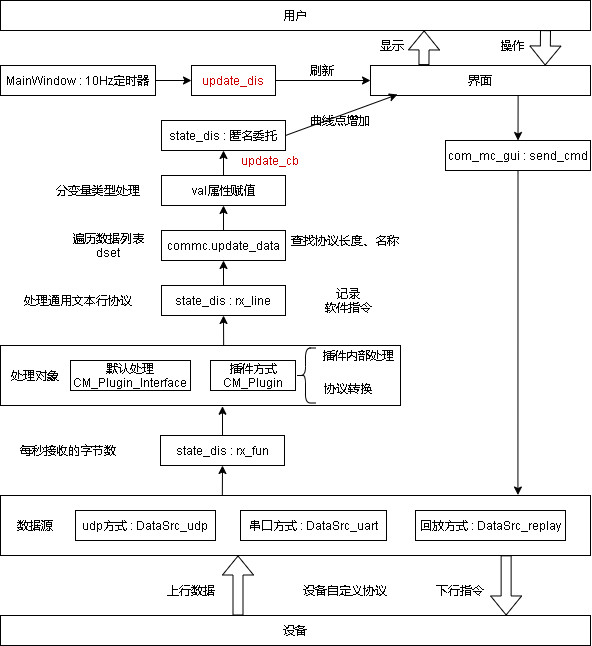
Above: doc/draft/数据流程.png in yangzigy/com_mc (draw.io), before the change. Source tidied: cells renumbered, new cells last; positions are measured from the earlier drawing's top-left corner, leaving out a move shared by most shapes. The source it was exported from:
```xml
<mxGraphModel>
  <root>
    <mxCell id="0" />
    <mxCell id="1" parent="0" />
    <mxCell id="2" style="rounded=0;whiteSpace=wrap;html=1;fillColor=none;" parent="1" vertex="1">
      <mxGeometry y="495" width="590" height="60" as="geometry" />
    </mxCell>
    <mxCell id="3" value="udp方式 : DataSrc_udp" style="rounded=0;whiteSpace=wrap;html=1;" parent="1" vertex="1">
      <mxGeometry x="75" y="510" width="140" height="30" as="geometry" />
    </mxCell>
    <mxCell id="4" value="数据源" style="text;html=1;strokeColor=none;fillColor=none;align=center;verticalAlign=middle;whiteSpace=wrap;rounded=0;" parent="1" vertex="1">
      <mxGeometry x="5" y="510" width="60" height="30" as="geometry" />
    </mxCell>
    <mxCell id="5" value="串口方式 : DataSrc_uart" style="rounded=0;whiteSpace=wrap;html=1;" parent="1" vertex="1">
      <mxGeometry x="240" y="510" width="146" height="30" as="geometry" />
    </mxCell>
    <mxCell id="6" value="回放方式 : DataSrc_replay" style="rounded=0;whiteSpace=wrap;html=1;" parent="1" vertex="1">
      <mxGeometry x="415" y="510" width="150" height="30" as="geometry" />
    </mxCell>
    <mxCell id="7" value="设备" style="rounded=0;whiteSpace=wrap;html=1;" parent="1" vertex="1">
      <mxGeometry y="615" width="590" height="30" as="geometry" />
    </mxCell>
    <mxCell id="8" style="shape=flexArrow;endArrow=classic;html=1;rounded=0;" parent="1" edge="1">
      <mxGeometry relative="1" as="geometry">
        <mxPoint x="237.5" y="615" as="sourcePoint" />
        <mxPoint x="237.5" y="555" as="targetPoint" />
      </mxGeometry>
    </mxCell>
    <mxCell id="9" value="上行数据" style="text;html=1;strokeColor=none;fillColor=none;align=center;verticalAlign=middle;whiteSpace=wrap;rounded=0;" parent="1" vertex="1">
      <mxGeometry x="161" y="575" width="60" height="30" as="geometry" />
    </mxCell>
    <mxCell id="10" value="每秒接收的字节数" style="text;html=1;strokeColor=none;fillColor=none;align=center;verticalAlign=middle;whiteSpace=wrap;rounded=0;" parent="1" vertex="1">
      <mxGeometry x="10" y="435" width="115" height="30" as="geometry" />
    </mxCell>
    <mxCell id="11" value="state_dis :&amp;nbsp;rx_fun" style="rounded=0;whiteSpace=wrap;html=1;" parent="1" vertex="1">
      <mxGeometry x="160" y="435" width="124" height="30" as="geometry" />
    </mxCell>
    <mxCell id="12" style="endArrow=classic;html=1;rounded=0;entryX=0.5;entryY=1;entryDx=0;entryDy=0;exitX=0.376;exitY=0.002;exitDx=0;exitDy=0;exitPerimeter=0;" parent="1" edge="1" source="2" target="11">
      <mxGeometry relative="1" as="geometry" />
    </mxCell>
    <mxCell id="13" style="rounded=0;whiteSpace=wrap;html=1;fillColor=none;" parent="1" vertex="1">
      <mxGeometry y="345" width="400" height="60" as="geometry" />
    </mxCell>
    <mxCell id="14" value="默认处理&lt;br&gt;CM_Plugin_Interface" style="rounded=0;whiteSpace=wrap;html=1;" parent="1" vertex="1">
      <mxGeometry x="70" y="360" width="120" height="30" as="geometry" />
    </mxCell>
    <mxCell id="15" value="处理对象" style="text;html=1;strokeColor=none;fillColor=none;align=center;verticalAlign=middle;whiteSpace=wrap;rounded=0;" parent="1" vertex="1">
      <mxGeometry x="5" y="360" width="60" height="30" as="geometry" />
    </mxCell>
    <mxCell id="16" value="插件方式&lt;br&gt;CM_Plugin" style="rounded=0;whiteSpace=wrap;html=1;" parent="1" vertex="1">
      <mxGeometry x="210" y="360" width="85" height="30" as="geometry" />
    </mxCell>
    <mxCell id="17" style="endArrow=classic;html=1;rounded=0;entryX=0.555;entryY=1.012;entryDx=0;entryDy=0;exitX=0.5;exitY=0;exitDx=0;exitDy=0;entryPerimeter=0;" parent="1" edge="1" source="11" target="13">
      <mxGeometry relative="1" as="geometry" />
    </mxCell>
    <mxCell id="18" style="shape=curlyBracket;whiteSpace=wrap;html=1;rounded=1;fillColor=none;" parent="1" vertex="1">
      <mxGeometry x="295" y="347.5" width="20" height="55" as="geometry" />
    </mxCell>
    <mxCell id="19" value="插件内部处理" style="text;html=1;strokeColor=none;fillColor=none;align=center;verticalAlign=middle;whiteSpace=wrap;rounded=0;" parent="1" vertex="1">
      <mxGeometry x="315" y="340" width="85" height="30" as="geometry" />
    </mxCell>
    <mxCell id="20" value="协议转换" style="text;html=1;strokeColor=none;fillColor=none;align=center;verticalAlign=middle;whiteSpace=wrap;rounded=0;" parent="1" vertex="1">
      <mxGeometry x="320" y="372.5" width="55" height="30" as="geometry" />
    </mxCell>
    <mxCell id="21" value="设备自定义协议" style="text;html=1;strokeColor=none;fillColor=none;align=center;verticalAlign=middle;whiteSpace=wrap;rounded=0;" parent="1" vertex="1">
      <mxGeometry x="300" y="575" width="90" height="30" as="geometry" />
    </mxCell>
    <mxCell id="22" value="处理通用文本行协议" style="text;html=1;strokeColor=none;fillColor=none;align=center;verticalAlign=middle;whiteSpace=wrap;rounded=0;" parent="1" vertex="1">
      <mxGeometry x="20" y="285" width="115" height="30" as="geometry" />
    </mxCell>
    <mxCell id="23" value="state_dis :&amp;nbsp;rx_line" style="rounded=0;whiteSpace=wrap;html=1;" parent="1" vertex="1">
      <mxGeometry x="161" y="285" width="124" height="30" as="geometry" />
    </mxCell>
    <mxCell id="24" style="endArrow=classic;html=1;rounded=0;entryX=0.5;entryY=1;entryDx=0;entryDy=0;exitX=0.577;exitY=-0.001;exitDx=0;exitDy=0;exitPerimeter=0;" parent="1" edge="1" target="23">
      <mxGeometry relative="1" as="geometry">
        <mxPoint x="223.1" y="345" as="sourcePoint" />
      </mxGeometry>
    </mxCell>
    <mxCell id="25" value="记录&lt;br&gt;软件指令" style="text;html=1;strokeColor=none;fillColor=none;align=center;verticalAlign=middle;whiteSpace=wrap;rounded=0;" parent="1" vertex="1">
      <mxGeometry x="300" y="285" width="95" height="30" as="geometry" />
    </mxCell>
    <mxCell id="26" value="commc.update_data" style="rounded=0;whiteSpace=wrap;html=1;" parent="1" vertex="1">
      <mxGeometry x="161" y="230" width="124" height="30" as="geometry" />
    </mxCell>
    <mxCell id="27" style="endArrow=classic;html=1;rounded=0;entryX=0.5;entryY=1;entryDx=0;entryDy=0;exitX=0.5;exitY=0;exitDx=0;exitDy=0;" parent="1" edge="1" source="23" target="26">
      <mxGeometry relative="1" as="geometry" />
    </mxCell>
    <mxCell id="28" value="遍历数据列表dset" style="text;html=1;strokeColor=none;fillColor=none;align=center;verticalAlign=middle;whiteSpace=wrap;rounded=0;" parent="1" vertex="1">
      <mxGeometry x="60" y="230" width="95" height="30" as="geometry" />
    </mxCell>
    <mxCell id="29" value="查找协议长度、名称" style="text;html=1;strokeColor=none;fillColor=none;align=center;verticalAlign=middle;whiteSpace=wrap;rounded=0;" parent="1" vertex="1">
      <mxGeometry x="290" y="225" width="110" height="30" as="geometry" />
    </mxCell>
    <mxCell id="30" value="val属性赋值" style="rounded=0;whiteSpace=wrap;html=1;" parent="1" vertex="1">
      <mxGeometry x="161" y="175" width="124" height="30" as="geometry" />
    </mxCell>
    <mxCell id="31" style="endArrow=classic;html=1;rounded=0;entryX=0.5;entryY=1;entryDx=0;entryDy=0;exitX=0.5;exitY=0;exitDx=0;exitDy=0;" parent="1" edge="1" source="26" target="30">
      <mxGeometry relative="1" as="geometry" />
    </mxCell>
    <mxCell id="32" value="分变量类型处理" style="text;html=1;strokeColor=none;fillColor=none;align=center;verticalAlign=middle;whiteSpace=wrap;rounded=0;" parent="1" vertex="1">
      <mxGeometry x="50" y="175" width="95" height="30" as="geometry" />
    </mxCell>
    <mxCell id="33" value="state_dis : 匿名委托" style="rounded=0;whiteSpace=wrap;html=1;" parent="1" vertex="1">
      <mxGeometry x="161" y="120" width="124" height="30" as="geometry" />
    </mxCell>
    <mxCell id="34" value="update_cb" style="text;html=1;strokeColor=none;fillColor=none;align=center;verticalAlign=middle;whiteSpace=wrap;rounded=0;fontColor=#CC0000;" parent="1" vertex="1">
      <mxGeometry x="237.5" y="145" width="62.5" height="30" as="geometry" />
    </mxCell>
    <mxCell id="35" style="endArrow=classic;html=1;rounded=0;entryX=0.5;entryY=1;entryDx=0;entryDy=0;exitX=0.5;exitY=0;exitDx=0;exitDy=0;" parent="1" edge="1" source="30" target="33">
      <mxGeometry relative="1" as="geometry" />
    </mxCell>
    <mxCell id="36" value="曲线点增加" style="text;html=1;strokeColor=none;fillColor=none;align=center;verticalAlign=middle;whiteSpace=wrap;rounded=0;" parent="1" vertex="1">
      <mxGeometry x="307.5" y="105" width="62.5" height="30" as="geometry" />
    </mxCell>
    <mxCell id="37" value="MainWindow : 10Hz定时器" style="rounded=0;whiteSpace=wrap;html=1;" parent="1" vertex="1">
      <mxGeometry y="65" width="155" height="30" as="geometry" />
    </mxCell>
    <mxCell id="38" value="用户" style="rounded=0;whiteSpace=wrap;html=1;" parent="1" vertex="1">
      <mxGeometry width="590" height="30" as="geometry" />
    </mxCell>
    <mxCell id="39" value="界面" style="rounded=0;whiteSpace=wrap;html=1;" parent="1" vertex="1">
      <mxGeometry x="370" y="65" width="220" height="30" as="geometry" />
    </mxCell>
    <mxCell id="40" style="endArrow=classic;html=1;rounded=0;exitX=1;exitY=0.5;exitDx=0;exitDy=0;entryX=0;entryY=0.5;entryDx=0;entryDy=0;" parent="1" edge="1" source="37" target="41">
      <mxGeometry relative="1" as="geometry" />
    </mxCell>
    <mxCell id="41" value="update_dis" style="rounded=0;whiteSpace=wrap;html=1;fontColor=#CC0000;" parent="1" vertex="1">
      <mxGeometry x="191" y="65" width="84" height="30" as="geometry" />
    </mxCell>
    <mxCell id="42" style="endArrow=classic;html=1;rounded=0;exitX=1;exitY=0.5;exitDx=0;exitDy=0;entryX=0.123;entryY=0.967;entryDx=0;entryDy=0;entryPerimeter=0;" parent="1" edge="1" source="33" target="39">
      <mxGeometry relative="1" as="geometry" />
    </mxCell>
    <mxCell id="43" style="endArrow=classic;html=1;rounded=0;entryX=0;entryY=0.5;entryDx=0;entryDy=0;exitX=1;exitY=0.5;exitDx=0;exitDy=0;" parent="1" edge="1" source="41" target="39">
      <mxGeometry relative="1" as="geometry" />
    </mxCell>
    <mxCell id="44" value="刷新" style="text;html=1;strokeColor=none;fillColor=none;align=center;verticalAlign=middle;whiteSpace=wrap;rounded=0;" parent="1" vertex="1">
      <mxGeometry x="290" y="55" width="62.5" height="30" as="geometry" />
    </mxCell>
    <mxCell id="45" style="shape=flexArrow;endArrow=classic;html=1;rounded=0;entryX=0.718;entryY=0.998;entryDx=0;entryDy=0;entryPerimeter=0;exitX=0.243;exitY=-0.014;exitDx=0;exitDy=0;exitPerimeter=0;" parent="1" edge="1" source="39" target="38">
      <mxGeometry relative="1" as="geometry" />
    </mxCell>
    <mxCell id="46" value="显示" style="text;html=1;strokeColor=none;fillColor=none;align=center;verticalAlign=middle;whiteSpace=wrap;rounded=0;" parent="1" vertex="1">
      <mxGeometry x="360" y="30" width="62.5" height="30" as="geometry" />
    </mxCell>
    <mxCell id="47" style="shape=flexArrow;endArrow=classic;html=1;rounded=0;exitX=0.243;exitY=-0.014;exitDx=0;exitDy=0;exitPerimeter=0;entryX=0.794;entryY=0;entryDx=0;entryDy=0;entryPerimeter=0;" parent="1" edge="1" target="39">
      <mxGeometry relative="1" as="geometry">
        <mxPoint x="545" y="29.6" as="sourcePoint" />
      </mxGeometry>
    </mxCell>
    <mxCell id="48" value="操作" style="text;html=1;strokeColor=none;fillColor=none;align=center;verticalAlign=middle;whiteSpace=wrap;rounded=0;" parent="1" vertex="1">
      <mxGeometry x="480" y="30" width="62.5" height="30" as="geometry" />
    </mxCell>
    <mxCell id="49" value="com_mc_gui :&amp;nbsp;send_cmd" style="rounded=0;whiteSpace=wrap;html=1;" parent="1" vertex="1">
      <mxGeometry x="445" y="140" width="145" height="30" as="geometry" />
    </mxCell>
    <mxCell id="50" style="endArrow=classic;html=1;rounded=0;entryX=0.5;entryY=0;entryDx=0;entryDy=0;exitX=0.671;exitY=1.006;exitDx=0;exitDy=0;exitPerimeter=0;" parent="1" edge="1" source="39" target="49">
      <mxGeometry relative="1" as="geometry" />
    </mxCell>
    <mxCell id="51" style="endArrow=classic;html=1;rounded=0;exitX=0.5;exitY=1;exitDx=0;exitDy=0;entryX=0.877;entryY=-0.008;entryDx=0;entryDy=0;entryPerimeter=0;" parent="1" edge="1" source="49" target="2">
      <mxGeometry relative="1" as="geometry" />
    </mxCell>
    <mxCell id="52" style="shape=flexArrow;endArrow=classic;html=1;rounded=0;entryX=0.857;entryY=-0.001;entryDx=0;entryDy=0;entryPerimeter=0;exitX=0.857;exitY=0.997;exitDx=0;exitDy=0;exitPerimeter=0;" parent="1" edge="1" source="2" target="7">
      <mxGeometry relative="1" as="geometry" />
    </mxCell>
    <mxCell id="53" value="下行指令" style="text;html=1;strokeColor=none;fillColor=none;align=center;verticalAlign=middle;whiteSpace=wrap;rounded=0;" parent="1" vertex="1">
      <mxGeometry x="430" y="575" width="60" height="30" as="geometry" />
    </mxCell>
  </root>
</mxGraphModel>
```
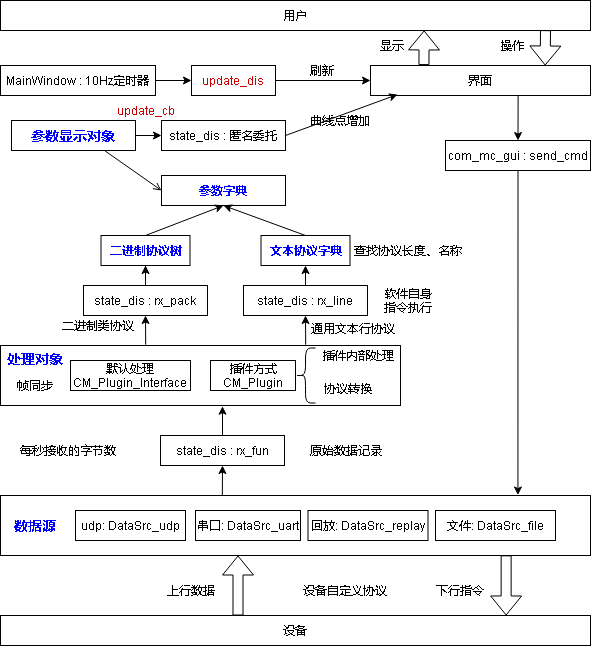
The same diagram one commit later.

What changed in the source:
```diff
@@ -5,17 +5,17 @@
     <mxCell id="2" style="rounded=0;whiteSpace=wrap;html=1;fillColor=none;" parent="1" vertex="1">
       <mxGeometry y="495" width="590" height="60" as="geometry" />
     </mxCell>
-    <mxCell id="3" value="udp方式 : DataSrc_udp" style="rounded=0;whiteSpace=wrap;html=1;" parent="1" vertex="1">
-      <mxGeometry x="75" y="510" width="140" height="30" as="geometry" />
+    <mxCell id="3" value="udp: DataSrc_udp" style="rounded=0;whiteSpace=wrap;html=1;" parent="1" vertex="1">
+      <mxGeometry x="75" y="510" width="110" height="30" as="geometry" />
     </mxCell>
-    <mxCell id="4" value="数据源" style="text;html=1;strokeColor=none;fillColor=none;align=center;verticalAlign=middle;whiteSpace=wrap;rounded=0;" parent="1" vertex="1">
+    <mxCell id="4" value="数据源" style="text;html=1;strokeColor=none;fillColor=none;align=center;verticalAlign=middle;whiteSpace=wrap;rounded=0;fontColor=#0000FF;fontStyle=1;fontSize=14;" parent="1" vertex="1">
       <mxGeometry x="5" y="510" width="60" height="30" as="geometry" />
     </mxCell>
-    <mxCell id="5" value="串口方式 : DataSrc_uart" style="rounded=0;whiteSpace=wrap;html=1;" parent="1" vertex="1">
-      <mxGeometry x="240" y="510" width="146" height="30" as="geometry" />
+    <mxCell id="5" value="串口: DataSrc_uart" style="rounded=0;whiteSpace=wrap;html=1;" parent="1" vertex="1">
+      <mxGeometry x="195" y="510" width="105" height="30" as="geometry" />
     </mxCell>
-    <mxCell id="6" value="回放方式 : DataSrc_replay" style="rounded=0;whiteSpace=wrap;html=1;" parent="1" vertex="1">
-      <mxGeometry x="415" y="510" width="150" height="30" as="geometry" />
+    <mxCell id="6" value="回放: DataSrc_replay" style="rounded=0;whiteSpace=wrap;html=1;" parent="1" vertex="1">
+      <mxGeometry x="307.5" y="510" width="120" height="30" as="geometry" />
     </mxCell>
     <mxCell id="7" value="设备" style="rounded=0;whiteSpace=wrap;html=1;" parent="1" vertex="1">
       <mxGeometry y="615" width="590" height="30" as="geometry" />
@@ -44,8 +44,8 @@
     <mxCell id="14" value="默认处理&lt;br&gt;CM_Plugin_Interface" style="rounded=0;whiteSpace=wrap;html=1;" parent="1" vertex="1">
       <mxGeometry x="70" y="360" width="120" height="30" as="geometry" />
     </mxCell>
-    <mxCell id="15" value="处理对象" style="text;html=1;strokeColor=none;fillColor=none;align=center;verticalAlign=middle;whiteSpace=wrap;rounded=0;" parent="1" vertex="1">
-      <mxGeometry x="5" y="360" width="60" height="30" as="geometry" />
+    <mxCell id="15" value="处理对象" style="text;html=1;strokeColor=none;fillColor=none;align=center;verticalAlign=middle;whiteSpace=wrap;rounded=0;fontColor=#0000FF;fontStyle=1;fontSize=14;" parent="1" vertex="1">
+      <mxGeometry x="5" y="342.5" width="60" height="30" as="geometry" />
     </mxCell>
     <mxCell id="16" value="插件方式&lt;br&gt;CM_Plugin" style="rounded=0;whiteSpace=wrap;html=1;" parent="1" vertex="1">
       <mxGeometry x="210" y="360" width="85" height="30" as="geometry" />
@@ -65,48 +65,40 @@
     <mxCell id="21" value="设备自定义协议" style="text;html=1;strokeColor=none;fillColor=none;align=center;verticalAlign=middle;whiteSpace=wrap;rounded=0;" parent="1" vertex="1">
       <mxGeometry x="300" y="575" width="90" height="30" as="geometry" />
     </mxCell>
-    <mxCell id="22" value="处理通用文本行协议" style="text;html=1;strokeColor=none;fillColor=none;align=center;verticalAlign=middle;whiteSpace=wrap;rounded=0;" parent="1" vertex="1">
-      <mxGeometry x="20" y="285" width="115" height="30" as="geometry" />
+    <mxCell id="22" value="通用文本行协议" style="text;html=1;strokeColor=none;fillColor=none;align=center;verticalAlign=middle;whiteSpace=wrap;rounded=0;" parent="1" vertex="1">
+      <mxGeometry x="305" y="312.5" width="95" height="30" as="geometry" />
     </mxCell>
     <mxCell id="23" value="state_dis :&amp;nbsp;rx_line" style="rounded=0;whiteSpace=wrap;html=1;" parent="1" vertex="1">
-      <mxGeometry x="161" y="285" width="124" height="30" as="geometry" />
+      <mxGeometry x="243" y="285" width="124" height="30" as="geometry" />
     </mxCell>
-    <mxCell id="24" style="endArrow=classic;html=1;rounded=0;entryX=0.5;entryY=1;entryDx=0;entryDy=0;exitX=0.577;exitY=-0.001;exitDx=0;exitDy=0;exitPerimeter=0;" parent="1" edge="1" target="23">
-      <mxGeometry relative="1" as="geometry">
-        <mxPoint x="223.1" y="345" as="sourcePoint" />
-      </mxGeometry>
+    <mxCell id="24" style="endArrow=classic;html=1;rounded=0;entryX=0.5;entryY=1;entryDx=0;entryDy=0;exitX=0.763;exitY=-0.013;exitDx=0;exitDy=0;exitPerimeter=0;" parent="1" edge="1" source="13" target="23">
+      <mxGeometry relative="1" as="geometry" />
     </mxCell>
-    <mxCell id="25" value="记录&lt;br&gt;软件指令" style="text;html=1;strokeColor=none;fillColor=none;align=center;verticalAlign=middle;whiteSpace=wrap;rounded=0;" parent="1" vertex="1">
-      <mxGeometry x="300" y="285" width="95" height="30" as="geometry" />
+    <mxCell id="25" value="软件自身指令执行" style="text;html=1;strokeColor=none;fillColor=none;align=center;verticalAlign=middle;whiteSpace=wrap;rounded=0;" parent="1" vertex="1">
+      <mxGeometry x="380" y="285" width="55" height="30" as="geometry" />
     </mxCell>
-    <mxCell id="26" value="commc.update_data" style="rounded=0;whiteSpace=wrap;html=1;" parent="1" vertex="1">
-      <mxGeometry x="161" y="230" width="124" height="30" as="geometry" />
+    <mxCell id="26" value="文本协议字典" style="rounded=0;whiteSpace=wrap;html=1;fontStyle=1;fontColor=#0000FF;" parent="1" vertex="1">
+      <mxGeometry x="260.5" y="235" width="89" height="30" as="geometry" />
     </mxCell>
     <mxCell id="27" style="endArrow=classic;html=1;rounded=0;entryX=0.5;entryY=1;entryDx=0;entryDy=0;exitX=0.5;exitY=0;exitDx=0;exitDy=0;" parent="1" edge="1" source="23" target="26">
       <mxGeometry relative="1" as="geometry" />
     </mxCell>
-    <mxCell id="28" value="遍历数据列表dset" style="text;html=1;strokeColor=none;fillColor=none;align=center;verticalAlign=middle;whiteSpace=wrap;rounded=0;" parent="1" vertex="1">
-      <mxGeometry x="60" y="230" width="95" height="30" as="geometry" />
-    </mxCell>
     <mxCell id="29" value="查找协议长度、名称" style="text;html=1;strokeColor=none;fillColor=none;align=center;verticalAlign=middle;whiteSpace=wrap;rounded=0;" parent="1" vertex="1">
-      <mxGeometry x="290" y="225" width="110" height="30" as="geometry" />
+      <mxGeometry x="352.5" y="235" width="110" height="30" as="geometry" />
     </mxCell>
-    <mxCell id="30" value="val属性赋值" style="rounded=0;whiteSpace=wrap;html=1;" parent="1" vertex="1">
+    <mxCell id="30" value="参数字典" style="rounded=0;whiteSpace=wrap;html=1;fontColor=#0000FF;fontStyle=1;" parent="1" vertex="1">
       <mxGeometry x="161" y="175" width="124" height="30" as="geometry" />
     </mxCell>
     <mxCell id="31" style="endArrow=classic;html=1;rounded=0;entryX=0.5;entryY=1;entryDx=0;entryDy=0;exitX=0.5;exitY=0;exitDx=0;exitDy=0;" parent="1" edge="1" source="26" target="30">
       <mxGeometry relative="1" as="geometry" />
     </mxCell>
-    <mxCell id="32" value="分变量类型处理" style="text;html=1;strokeColor=none;fillColor=none;align=center;verticalAlign=middle;whiteSpace=wrap;rounded=0;" parent="1" vertex="1">
-      <mxGeometry x="50" y="175" width="95" height="30" as="geometry" />
-    </mxCell>
     <mxCell id="33" value="state_dis : 匿名委托" style="rounded=0;whiteSpace=wrap;html=1;" parent="1" vertex="1">
       <mxGeometry x="161" y="120" width="124" height="30" as="geometry" />
     </mxCell>
     <mxCell id="34" value="update_cb" style="text;html=1;strokeColor=none;fillColor=none;align=center;verticalAlign=middle;whiteSpace=wrap;rounded=0;fontColor=#CC0000;" parent="1" vertex="1">
-      <mxGeometry x="237.5" y="145" width="62.5" height="30" as="geometry" />
+      <mxGeometry x="113.8" y="95" width="62.5" height="30" as="geometry" />
     </mxCell>
-    <mxCell id="35" style="endArrow=classic;html=1;rounded=0;entryX=0.5;entryY=1;entryDx=0;entryDy=0;exitX=0.5;exitY=0;exitDx=0;exitDy=0;" parent="1" edge="1" source="30" target="33">
+    <mxCell id="35" style="endArrow=classic;html=1;rounded=0;entryX=0;entryY=0.5;entryDx=0;entryDy=0;exitX=1;exitY=0.5;exitDx=0;exitDy=0;" parent="1" edge="1" source="62" target="33">
       <mxGeometry relative="1" as="geometry" />
     </mxCell>
     <mxCell id="36" value="曲线点增加" style="text;html=1;strokeColor=none;fillColor=none;align=center;verticalAlign=middle;whiteSpace=wrap;rounded=0;" parent="1" vertex="1">
@@ -165,5 +157,41 @@
     <mxCell id="53" value="下行指令" style="text;html=1;strokeColor=none;fillColor=none;align=center;verticalAlign=middle;whiteSpace=wrap;rounded=0;" parent="1" vertex="1">
       <mxGeometry x="430" y="575" width="60" height="30" as="geometry" />
     </mxCell>
+    <mxCell id="54" value="帧同步" style="text;html=1;strokeColor=none;fillColor=none;align=center;verticalAlign=middle;whiteSpace=wrap;rounded=0;" parent="1" vertex="1">
+      <mxGeometry x="10" y="370" width="50" height="30" as="geometry" />
+    </mxCell>
+    <mxCell id="55" value="原始数据记录" style="text;html=1;strokeColor=none;fillColor=none;align=center;verticalAlign=middle;whiteSpace=wrap;rounded=0;" parent="1" vertex="1">
+      <mxGeometry x="301" y="435" width="89" height="30" as="geometry" />
+    </mxCell>
+    <mxCell id="56" style="edgeStyle=orthogonalEdgeStyle;rounded=0;jettySize=auto;html=1;fontSize=14;fontColor=#0000FF;" parent="1" edge="1" source="57" target="60">
+      <mxGeometry relative="1" as="geometry" />
+    </mxCell>
+    <mxCell id="57" value="state_dis :&amp;nbsp;rx_pack" style="rounded=0;whiteSpace=wrap;html=1;" parent="1" vertex="1">
+      <mxGeometry x="83" y="285" width="124" height="30" as="geometry" />
+    </mxCell>
+    <mxCell id="58" style="endArrow=classic;html=1;rounded=0;entryX=0.5;entryY=1;entryDx=0;entryDy=0;exitX=0.763;exitY=-0.013;exitDx=0;exitDy=0;exitPerimeter=0;" parent="1" edge="1">
+      <mxGeometry relative="1" as="geometry">
+        <mxPoint x="145.2" y="344.2" as="sourcePoint" />
+        <mxPoint x="145" y="315" as="targetPoint" />
+      </mxGeometry>
+    </mxCell>
+    <mxCell id="59" value="二进制类协议" style="text;html=1;strokeColor=none;fillColor=none;align=center;verticalAlign=middle;whiteSpace=wrap;rounded=0;" parent="1" vertex="1">
+      <mxGeometry x="60" y="310" width="75" height="30" as="geometry" />
+    </mxCell>
+    <mxCell id="60" value="二进制协议树" style="rounded=0;whiteSpace=wrap;html=1;fontStyle=1;fontColor=#0000FF;" parent="1" vertex="1">
+      <mxGeometry x="100.5" y="235" width="89" height="30" as="geometry" />
+    </mxCell>
+    <mxCell id="61" style="endArrow=classic;html=1;rounded=0;entryX=0.5;entryY=1;entryDx=0;entryDy=0;exitX=0.5;exitY=0;exitDx=0;exitDy=0;" parent="1" edge="1" source="60" target="30">
+      <mxGeometry relative="1" as="geometry" />
+    </mxCell>
+    <mxCell id="62" value="&lt;span style=&quot;font-size: 14px&quot;&gt;参数显示对象&lt;/span&gt;" style="rounded=0;whiteSpace=wrap;html=1;fontColor=#0000FF;fontStyle=1;" parent="1" vertex="1">
+      <mxGeometry x="11" y="120" width="124" height="30" as="geometry" />
+    </mxCell>
+    <mxCell id="63" style="endArrow=open;html=1;rounded=0;entryX=0;entryY=0.5;entryDx=0;entryDy=0;exitX=0.75;exitY=1;exitDx=0;exitDy=0;endFill=0;" parent="1" edge="1" source="62" target="30">
+      <mxGeometry relative="1" as="geometry" />
+    </mxCell>
+    <mxCell id="64" value="文件: DataSrc_file" style="rounded=0;whiteSpace=wrap;html=1;" parent="1" vertex="1">
+      <mxGeometry x="435" y="510" width="120" height="30" as="geometry" />
+    </mxCell>
   </root>
 </mxGraphModel>
```
